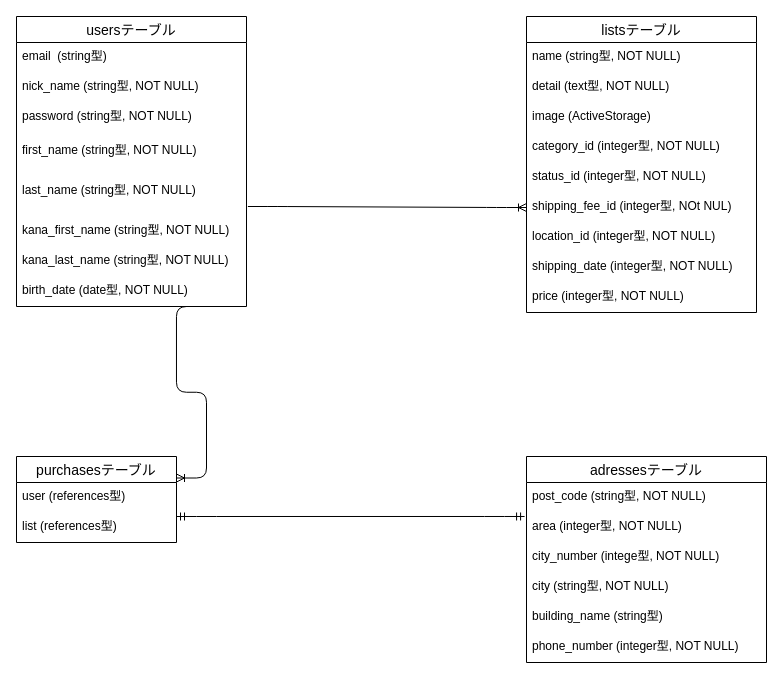
higashi-yuichirou/furima-33351 keeps this draw.io diagram as furima.dio. Above is the earlier version. Source tidied: cells renumbered, new cells numbered last; positions are measured from the earlier drawing's top-left corner, leaving out a move shared by most shapes. Both pictures are drawn from the tidied source at 100%, with x=0, y=0 at pixel (16, 16).
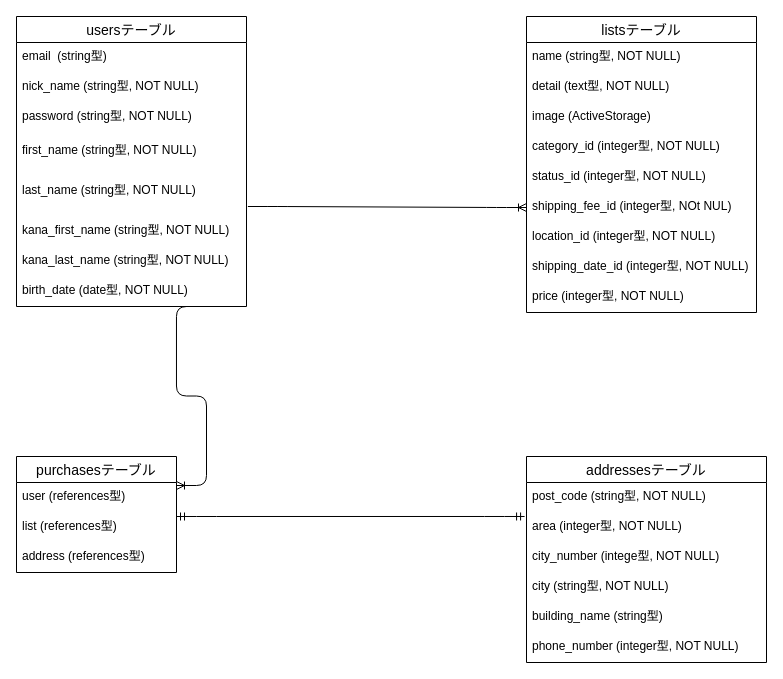
The same diagram, later.

Commit message (it also covers changes not shown here):
READMEのレビュー修正

The change refers to these unchanged cells:
```xml
<mxCell id="11" value="listsテーブル" style="swimlane;fontStyle=0;horizontal=1;startSize=26;align=center;fontSize=14;" parent="1" vertex="1">
  <mxGeometry x="510" width="230" height="296" as="geometry" />
</mxCell>
```

Change to the diagram source:
```diff
@@
-    <mxCell id="19" value="shipping_date (integer型, NOT NULL)" style="text;strokeColor=none;fillColor=none;spacingLeft=4;spacingRight=4;overflow=hidden;fontSize=12;" parent="11" vertex="1">
+    <mxCell id="19" value="shipping_date_id (integer型, NOT NULL)" style="text;strokeColor=none;fillColor=none;spacingLeft=4;spacingRight=4;overflow=hidden;fontSize=12;" parent="11" vertex="1">
       <mxGeometry y="236" width="230" height="30" as="geometry" />
     </mxCell>
@@
-    <mxCell id="22" value="adressesテーブル" style="swimlane;fontStyle=0;horizontal=1;startSize=26;align=center;fontSize=14;" parent="1" vertex="1">
+    <mxCell id="22" value="addressesテーブル" style="swimlane;fontStyle=0;horizontal=1;startSize=26;align=center;fontSize=14;" parent="1" vertex="1">
       <mxGeometry x="510" y="440" width="240" height="206" as="geometry" />
     </mxCell>
@@
     <mxCell id="29" value="purchasesテーブル" style="swimlane;fontStyle=0;horizontal=1;startSize=26;align=center;fontSize=14;" parent="1" vertex="1">
-      <mxGeometry y="440" width="160" height="86" as="geometry" />
+      <mxGeometry y="440" width="160" height="116" as="geometry" />
     </mxCell>
@@
+    <mxCell id="34" value="address (references型)" style="text;strokeColor=none;fillColor=none;spacingLeft=4;spacingRight=4;overflow=hidden;fontSize=12;" parent="29" vertex="1">
+      <mxGeometry y="86" width="160" height="30" as="geometry" />
+    </mxCell>
```
